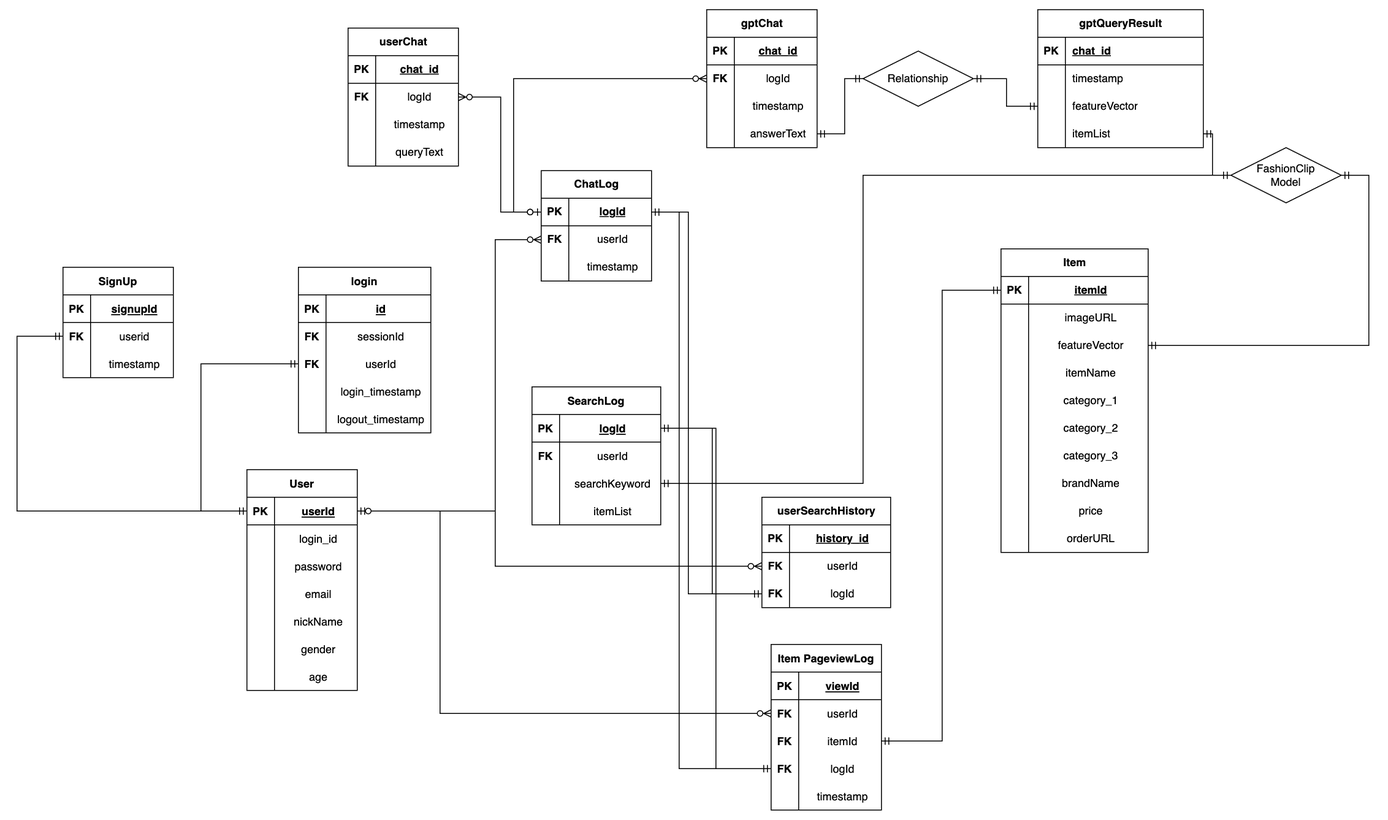
Earlier version of the draw.io export docs/images/dbschema.png (snuhcs-course/swpp-2023-project-team-3). Source tidied: cells renumbered, new cells last; positions are measured from the earlier drawing's top-left corner, leaving out a move shared by most shapes.
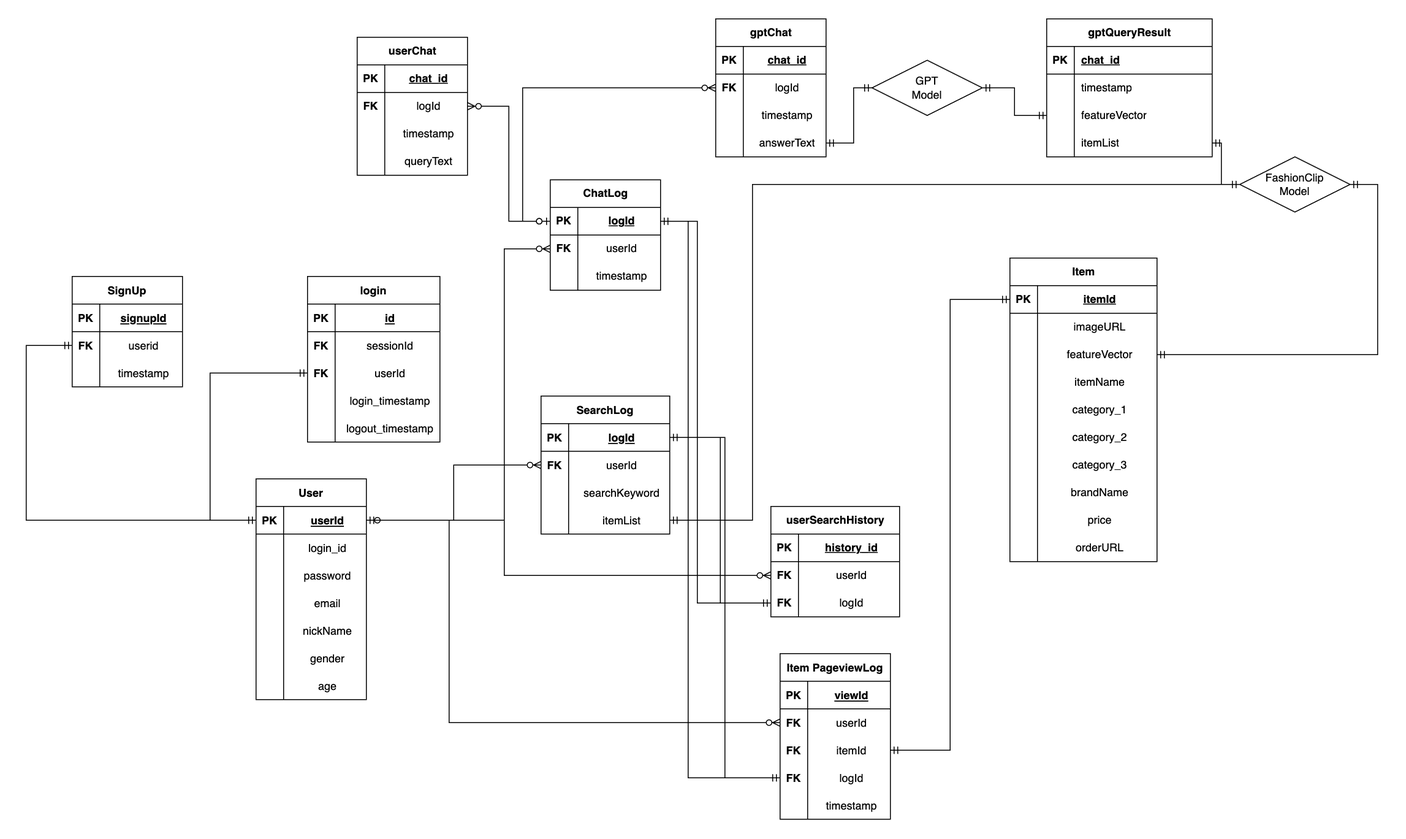
Later version of the same file.

Change to the diagram source:
```diff
@@ -584,7 +584,7 @@
     <mxCell id="183" style="edgeStyle=elbowEdgeStyle;fontSize=12;html=1;endArrow=ERmandOne;startArrow=ERmandOne;rounded=0;exitX=1;exitY=0.5;exitDx=0;exitDy=0;entryX=0;entryY=0.5;entryDx=0;entryDy=0;" parent="1" edge="1" source="184" target="177">
       <mxGeometry relative="1" as="geometry" />
     </mxCell>
-    <mxCell id="184" value="Relationship" style="shape=rhombus;perimeter=rhombusPerimeter;whiteSpace=wrap;html=1;align=center;" parent="1" vertex="1">
+    <mxCell id="184" value="GPT&lt;br&gt;Model" style="shape=rhombus;perimeter=rhombusPerimeter;whiteSpace=wrap;html=1;align=center;" parent="1" vertex="1">
       <mxGeometry x="920" y="45" width="120" height="60" as="geometry" />
     </mxCell>
     <mxCell id="185" style="edgeStyle=elbowEdgeStyle;fontSize=12;html=1;endArrow=ERmandOne;startArrow=ERmandOne;rounded=0;exitX=1;exitY=0.5;exitDx=0;exitDy=0;entryX=0;entryY=0.5;entryDx=0;entryDy=0;" parent="1" edge="1" source="180" target="168">
@@ -601,12 +601,15 @@
         </Array>
       </mxGeometry>
     </mxCell>
-    <mxCell id="187" style="edgeStyle=elbowEdgeStyle;fontSize=12;html=1;endArrow=ERmandOne;startArrow=ERmandOne;rounded=0;exitX=1;exitY=0.5;exitDx=0;exitDy=0;entryX=0;entryY=0.5;entryDx=0;entryDy=0;" parent="1" edge="1" source="104" target="168">
+    <mxCell id="187" style="edgeStyle=elbowEdgeStyle;fontSize=12;html=1;endArrow=ERmandOne;startArrow=ERmandOne;rounded=0;exitX=1;exitY=0.5;exitDx=0;exitDy=0;entryX=0;entryY=0.5;entryDx=0;entryDy=0;" parent="1" edge="1" source="107" target="168">
       <mxGeometry relative="1" as="geometry">
         <Array as="points">
-          <mxPoint x="920" y="370" />
+          <mxPoint x="790" y="360" />
         </Array>
       </mxGeometry>
     </mxCell>
+    <mxCell id="188" style="edgeStyle=elbowEdgeStyle;fontSize=12;html=1;endArrow=ERzeroToMany;startArrow=ERmandOne;rounded=0;exitX=1;exitY=0.5;exitDx=0;exitDy=0;entryX=0;entryY=0.5;entryDx=0;entryDy=0;" parent="1" edge="1" source="35" target="101">
+      <mxGeometry relative="1" as="geometry" />
+    </mxCell>
   </root>
 </mxGraphModel>
```
